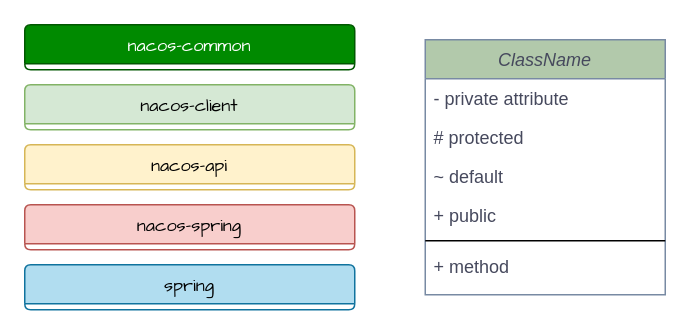
ZhengweiHou/simplegit keeps this draw.io diagram as page "图例" (1 of 4) of diagrams.net/Nacos架构梳理.drawio. Above is the earlier version. Source tidied: cells renumbered, new cells numbered last; positions are measured from the earlier drawing's top-left corner, leaving out a move shared by most shapes. Both pictures are drawn from the tidied source at 150%, with x=0, y=0 at pixel (24, 24).
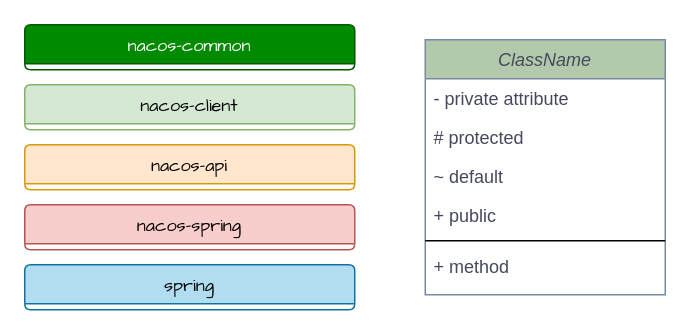
The same diagram, later.

Change to the diagram source:
```diff
@@
 <mxGraphModel>
   <root>
     <mxCell id="0" />
     <mxCell id="1" parent="0" />
     <mxCell id="2" value="ClassName" style="swimlane;fontStyle=2;align=center;verticalAlign=top;horizontal=1;startSize=26;rounded=0;shadow=0;strokeWidth=1;fillColor=#B2C9AB;strokeColor=#788AA3;fontColor=#46495D;" parent="1" vertex="1">
       <mxGeometry x="267" y="10" width="160" height="170" as="geometry" />
     </mxCell>
     <mxCell id="3" value="- private attribute" style="text;align=left;verticalAlign=top;spacingLeft=4;spacingRight=4;overflow=hidden;fontColor=#46495D;" parent="2" vertex="1">
       <mxGeometry y="26" width="160" height="26" as="geometry" />
     </mxCell>
     <mxCell id="4" value="# protected" style="text;align=left;verticalAlign=top;spacingLeft=4;spacingRight=4;overflow=hidden;fontColor=#46495D;" parent="2" vertex="1">
       <mxGeometry y="52" width="160" height="26" as="geometry" />
     </mxCell>
     <mxCell id="5" value="~ default" style="text;align=left;verticalAlign=top;spacingLeft=4;spacingRight=4;overflow=hidden;fontColor=#46495D;" parent="2" vertex="1">
       <mxGeometry y="78" width="160" height="26" as="geometry" />
     </mxCell>
     <mxCell id="6" value="+ public" style="text;align=left;verticalAlign=top;spacingLeft=4;spacingRight=4;overflow=hidden;fontColor=#46495D;" parent="2" vertex="1">
       <mxGeometry y="104" width="160" height="26" as="geometry" />
     </mxCell>
     <mxCell id="7" style="line;strokeWidth=1;fillColor=none;align=left;verticalAlign=middle;spacingTop=-1;spacingLeft=3;spacingRight=3;labelPosition=right;rounded=0;sketch=0;fontColor=#46495D;" parent="2" vertex="1">
       <mxGeometry y="130" width="160" height="8" as="geometry" />
     </mxCell>
     <mxCell id="8" value="+ method" style="text;strokeColor=none;fillColor=none;align=left;verticalAlign=top;spacingLeft=4;spacingRight=4;overflow=hidden;rounded=0;sketch=0;fontColor=#46495D;" parent="2" vertex="1">
       <mxGeometry y="138" width="160" height="26" as="geometry" />
     </mxCell>
     <mxCell id="9" value="nacos-common" style="swimlane;fontStyle=0;align=center;verticalAlign=top;horizontal=1;startSize=26;shadow=0;strokeWidth=1;fillColor=#008a00;strokeColor=#005700;fontFamily=Comic Sans MS;rounded=1;sketch=0;fontColor=#ffffff;" parent="1" vertex="1">
       <mxGeometry width="220" height="30" as="geometry" />
     </mxCell>
     <mxCell id="10" value="nacos-client" style="swimlane;fontStyle=0;align=center;verticalAlign=top;horizontal=1;startSize=26;shadow=0;strokeWidth=1;fillColor=#d5e8d4;strokeColor=#82b366;fontFamily=Comic Sans MS;rounded=1;sketch=0;" parent="1" vertex="1">
       <mxGeometry y="40" width="220" height="30" as="geometry" />
     </mxCell>
-    <mxCell id="11" value="nacos-api" style="swimlane;fontStyle=0;align=center;verticalAlign=top;horizontal=1;startSize=26;shadow=0;strokeWidth=1;fillColor=#fff2cc;strokeColor=#d6b656;fontFamily=Comic Sans MS;rounded=1;sketch=0;" parent="1" vertex="1">
+    <mxCell id="11" value="nacos-api" style="swimlane;fontStyle=0;align=center;verticalAlign=top;horizontal=1;startSize=26;shadow=0;strokeWidth=1;fillColor=#ffe6cc;strokeColor=#d79b00;fontFamily=Comic Sans MS;rounded=1;sketch=0;" parent="1" vertex="1">
       <mxGeometry y="80" width="220" height="30" as="geometry" />
     </mxCell>
     <mxCell id="12" value="nacos-spring" style="swimlane;fontStyle=0;align=center;verticalAlign=top;horizontal=1;startSize=26;shadow=0;strokeWidth=1;fillColor=#f8cecc;strokeColor=#b85450;fontFamily=Comic Sans MS;rounded=1;sketch=0;" parent="1" vertex="1">
       <mxGeometry y="120" width="220" height="30" as="geometry" />
     </mxCell>
     <mxCell id="13" value="spring" style="swimlane;fontStyle=0;align=center;verticalAlign=top;horizontal=1;startSize=26;shadow=0;strokeWidth=1;fillColor=#b1ddf0;strokeColor=#10739e;fontFamily=Comic Sans MS;rounded=1;sketch=0;" parent="1" vertex="1">
       <mxGeometry y="160" width="220" height="30" as="geometry" />
     </mxCell>
   </root>
 </mxGraphModel>
```
